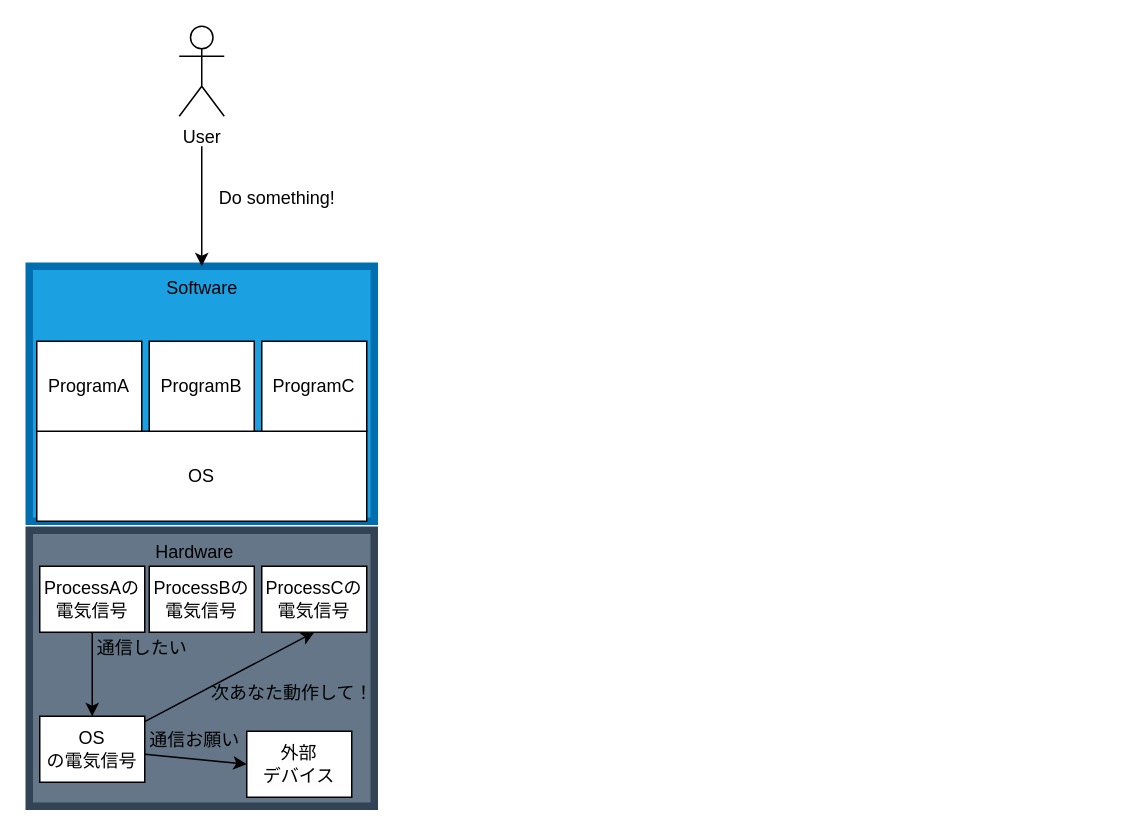
Before: cs/second-abs.dio in u-kai/til, a draw.io diagram. Source tidied: cells renumbered, new cells numbered last; positions are measured from the earlier drawing's top-left corner, leaving out a move shared by most shapes. Both pictures are drawn from the tidied source at 150%, with x=0, y=0 at pixel (28, 26).
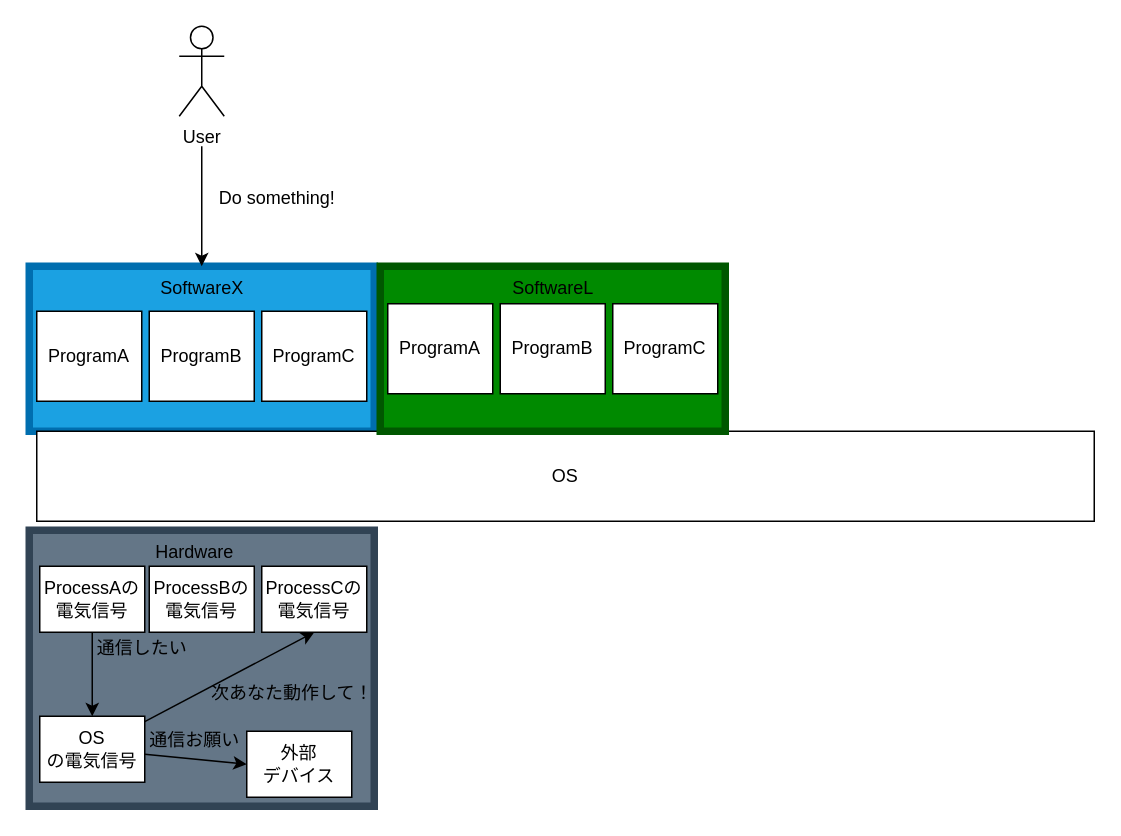
The same diagram, later.

The edit, as a diff of the source:
```diff
@@
     <mxCell id="2" style="rounded=0;whiteSpace=wrap;html=1;fillColor=#1ba1e2;fontColor=#ffffff;strokeColor=#006EAF;strokeWidth=5;" parent="1" vertex="1">
-      <mxGeometry y="160" width="230" height="170" as="geometry" />
+      <mxGeometry y="160" width="230" height="110" as="geometry" />
     </mxCell>
@@
     <mxCell id="6" value="OS" style="rounded=0;whiteSpace=wrap;html=1;" parent="1" vertex="1">
-      <mxGeometry x="5" y="270" width="220" height="60" as="geometry" />
+      <mxGeometry x="5" y="270" width="705" height="60" as="geometry" />
     </mxCell>
     <mxCell id="7" value="ProgramA" style="rounded=0;whiteSpace=wrap;html=1;" parent="1" vertex="1">
-      <mxGeometry x="5" y="210" width="70" height="60" as="geometry" />
+      <mxGeometry x="5" y="190" width="70" height="60" as="geometry" />
     </mxCell>
-    <mxCell id="8" value="Software" style="text;html=1;align=center;verticalAlign=middle;strokeColor=none;fillColor=none;" parent="1" vertex="1">
-      <mxGeometry x="80" y="160" width="70" height="30" as="geometry" />
+    <mxCell id="8" value="SoftwareX" style="text;html=1;align=center;verticalAlign=middle;strokeColor=none;fillColor=none;" parent="1" vertex="1">
+      <mxGeometry x="75" y="160" width="80" height="30" as="geometry" />
     </mxCell>
     <mxCell id="9" value="ProgramB" style="rounded=0;whiteSpace=wrap;html=1;" parent="1" vertex="1">
-      <mxGeometry x="80" y="210" width="70" height="60" as="geometry" />
+      <mxGeometry x="80" y="190" width="70" height="60" as="geometry" />
     </mxCell>
     <mxCell id="10" value="ProgramC" style="rounded=0;whiteSpace=wrap;html=1;" parent="1" vertex="1">
-      <mxGeometry x="155" y="210" width="70" height="60" as="geometry" />
+      <mxGeometry x="155" y="190" width="70" height="60" as="geometry" />
     </mxCell>
@@
+    <mxCell id="24" style="rounded=0;whiteSpace=wrap;html=1;fillColor=#008a00;fontColor=#ffffff;strokeColor=#005700;strokeWidth=5;" parent="1" vertex="1">
+      <mxGeometry x="234" y="160" width="230" height="110" as="geometry" />
+    </mxCell>
+    <mxCell id="25" value="SoftwareL" style="text;html=1;align=center;verticalAlign=middle;strokeColor=none;fillColor=none;" parent="1" vertex="1">
+      <mxGeometry x="309" y="160" width="80" height="30" as="geometry" />
+    </mxCell>
+    <mxCell id="26" value="ProgramA" style="rounded=0;whiteSpace=wrap;html=1;" parent="1" vertex="1">
+      <mxGeometry x="239" y="185" width="70" height="60" as="geometry" />
+    </mxCell>
+    <mxCell id="27" value="ProgramB" style="rounded=0;whiteSpace=wrap;html=1;" parent="1" vertex="1">
+      <mxGeometry x="314" y="185" width="70" height="60" as="geometry" />
+    </mxCell>
+    <mxCell id="28" value="ProgramC" style="rounded=0;whiteSpace=wrap;html=1;" parent="1" vertex="1">
+      <mxGeometry x="389" y="185" width="70" height="60" as="geometry" />
+    </mxCell>
```
